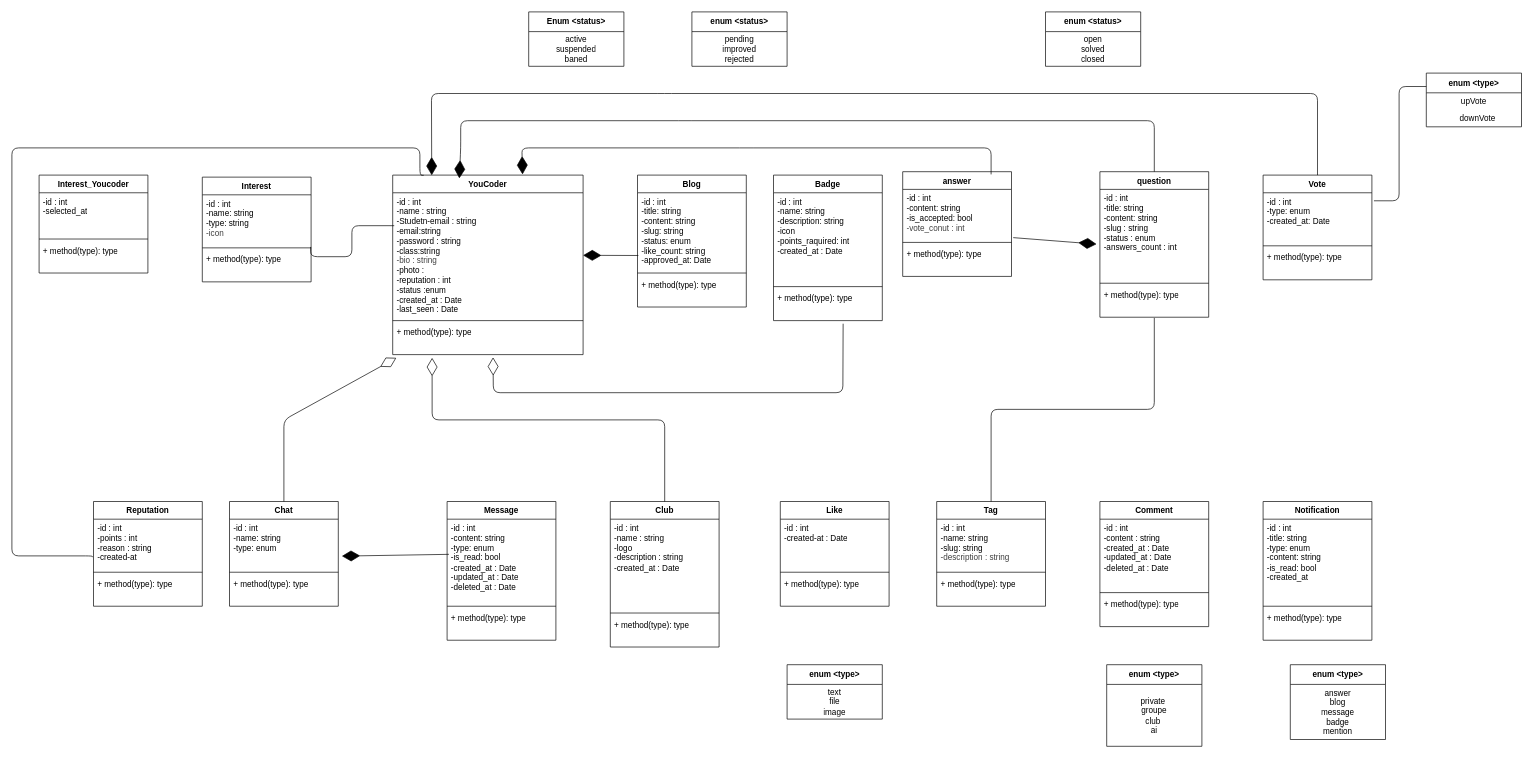
Above: docs/Uml.drawio in Mehdi-133/You-Connect (draw.io), before the change. Source tidied: cells renumbered, new cells numbered last; positions are measured from the earlier drawing's top-left corner, leaving out a move shared by most shapes. Both pictures are drawn from the tidied source at 68%, with x=0, y=0 at pixel (12, 12).
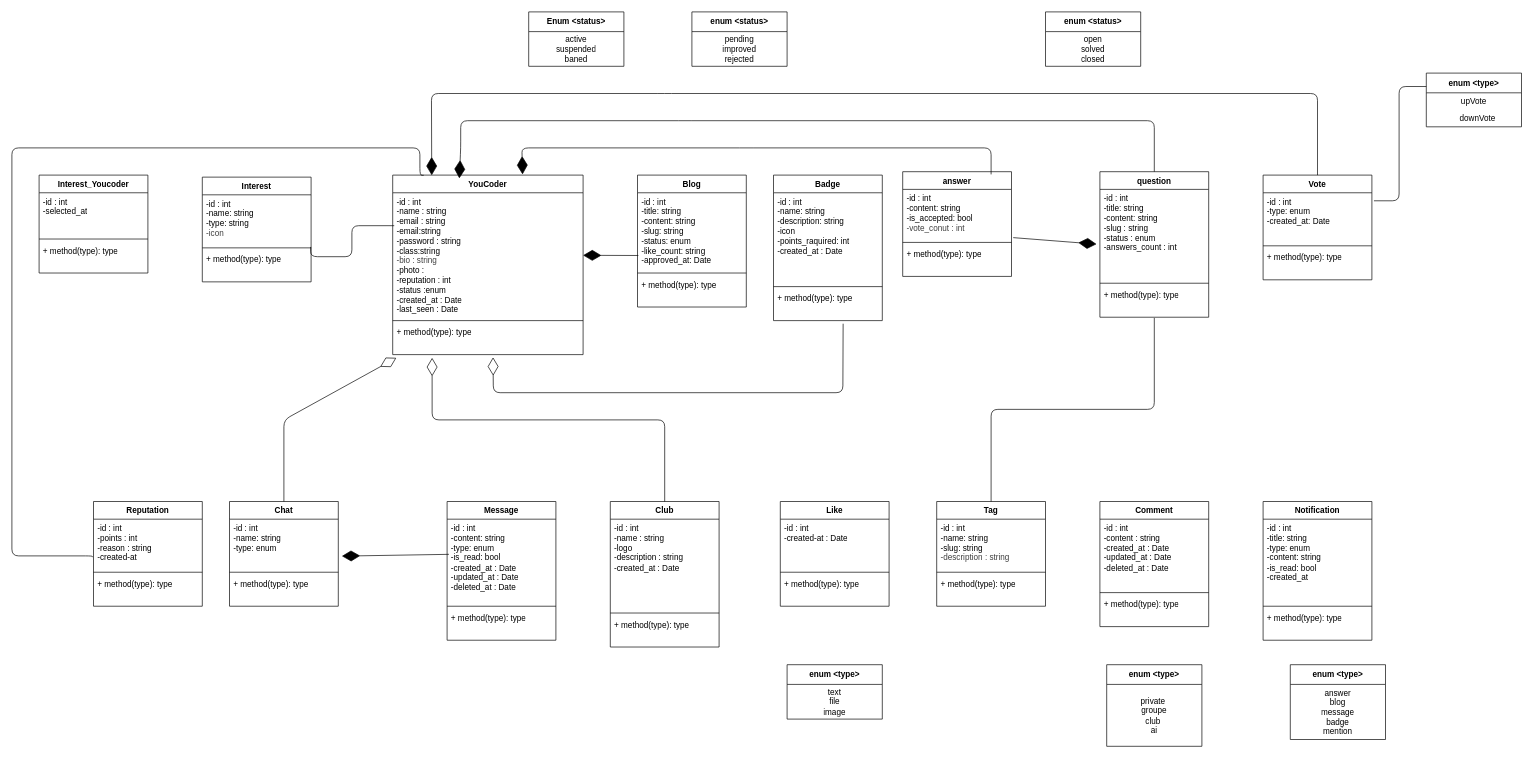
Above is the later version.

Unchanged cells that the change refers to:
```xml
<mxCell id="2" value="YouCoder" style="swimlane;fontStyle=1;align=center;verticalAlign=top;horizontal=1;startSize=26;whiteSpace=wrap;html=1;" parent="1" vertex="1">
  <mxGeometry x="560" y="240" width="280" height="264" as="geometry" />
</mxCell>
```

Diff of the diagram source:
```diff
@@
-    <mxCell id="3" value="-id : int&lt;div&gt;-name : string&lt;/div&gt;&lt;div&gt;-Studetn-email : string&lt;/div&gt;&lt;div&gt;-email:string&lt;/div&gt;&lt;div&gt;-password : string&lt;/div&gt;&lt;div&gt;-class:string&lt;/div&gt;&lt;div&gt;&lt;span style=&quot;color: rgb(63, 63, 63); background-color: transparent;&quot;&gt;-bio : string&lt;/span&gt;&lt;/div&gt;&lt;div&gt;-photo :&amp;nbsp;&lt;/div&gt;&lt;div&gt;-reputation : int&lt;/div&gt;&lt;div&gt;-status :enum&lt;/div&gt;&lt;div&gt;-created_at : Date&lt;/div&gt;&lt;div&gt;-last_seen : Date&lt;/div&gt;&lt;div&gt;&lt;br&gt;&lt;/div&gt;&lt;div&gt;&lt;br&gt;&lt;/div&gt;&lt;div&gt;&lt;br&gt;&lt;/div&gt;&lt;div&gt;&lt;br&gt;&lt;/div&gt;" style="text;strokeColor=none;fillColor=none;align=left;verticalAlign=top;spacingLeft=4;spacingRight=4;overflow=hidden;points=[[0,0.5],[1,0.5]];portConstraint=eastwest;whiteSpace=wrap;html=1;" parent="2" vertex="1">
+    <mxCell id="3" value="-id : int&lt;div&gt;-name : string&lt;/div&gt;&lt;div&gt;-email : string&lt;/div&gt;&lt;div&gt;-email:string&lt;/div&gt;&lt;div&gt;-password : string&lt;/div&gt;&lt;div&gt;-class:string&lt;/div&gt;&lt;div&gt;&lt;span style=&quot;color: rgb(63, 63, 63); background-color: transparent;&quot;&gt;-bio : string&lt;/span&gt;&lt;/div&gt;&lt;div&gt;-photo :&amp;nbsp;&lt;/div&gt;&lt;div&gt;-reputation : int&lt;/div&gt;&lt;div&gt;-status :enum&lt;/div&gt;&lt;div&gt;-created_at : Date&lt;/div&gt;&lt;div&gt;-last_seen : Date&lt;/div&gt;&lt;div&gt;&lt;br&gt;&lt;/div&gt;&lt;div&gt;&lt;br&gt;&lt;/div&gt;&lt;div&gt;&lt;br&gt;&lt;/div&gt;&lt;div&gt;&lt;br&gt;&lt;/div&gt;" style="text;strokeColor=none;fillColor=none;align=left;verticalAlign=top;spacingLeft=4;spacingRight=4;overflow=hidden;points=[[0,0.5],[1,0.5]];portConstraint=eastwest;whiteSpace=wrap;html=1;" parent="2" vertex="1">
       <mxGeometry y="26" width="280" height="184" as="geometry" />
     </mxCell>
```
